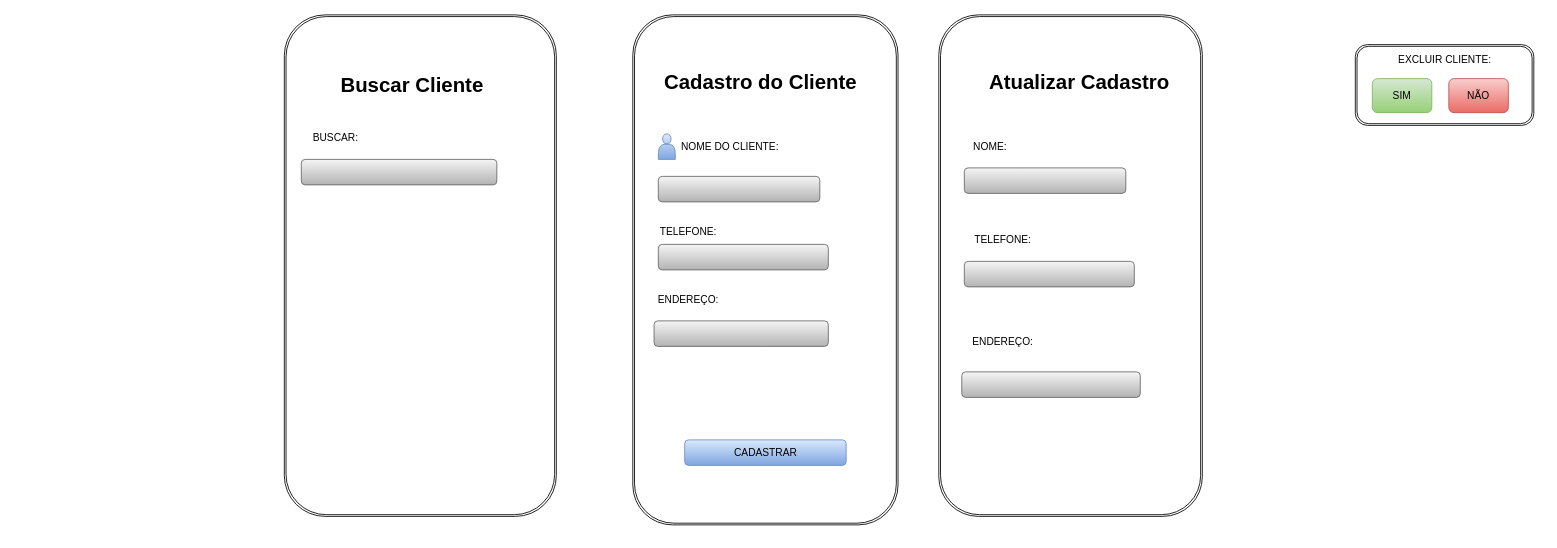
Before: page "Página-1" (1 of 3) of doc/telas.drawio in pati573022/avatarapp, a draw.io diagram. Source tidied: cells renumbered, new cells numbered last; positions are measured from the earlier drawing's top-left corner, leaving out a move shared by most shapes. Both pictures are drawn from the tidied source at 85%, with x=0, y=0 at pixel (20, 14).
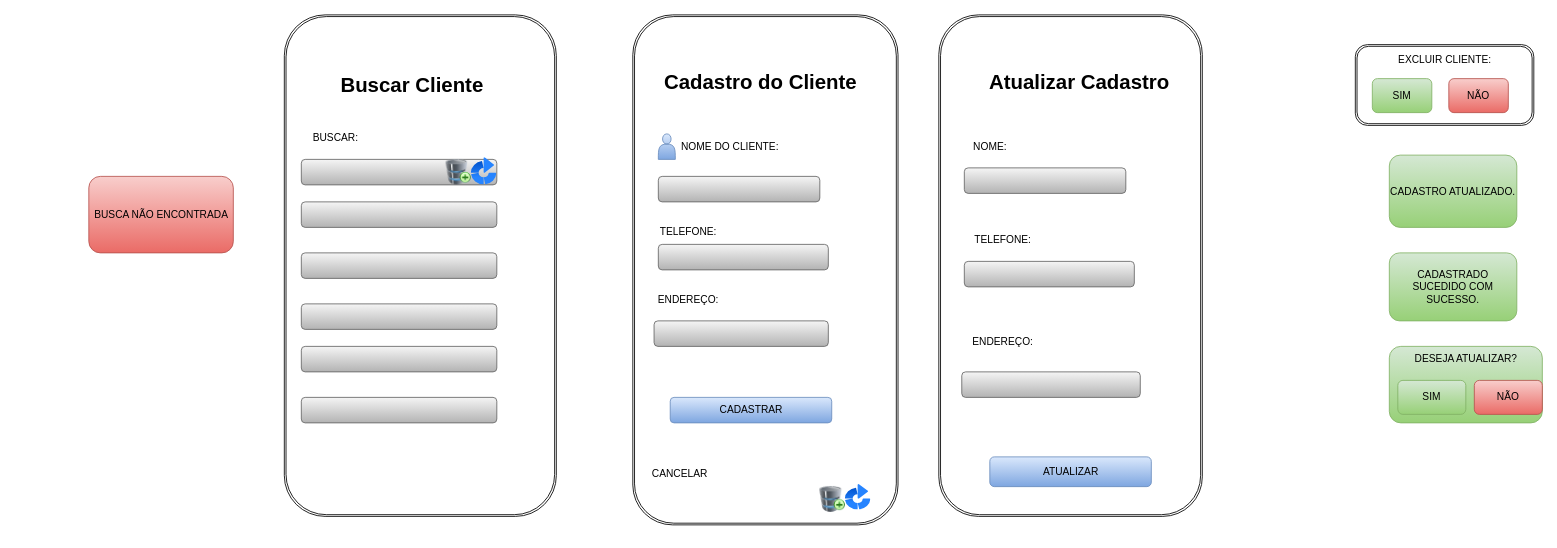
After the change.

Diff of the diagram source:
```diff
@@
     <mxCell id="13" style="rounded=1;whiteSpace=wrap;html=1;fillColor=#dae8fc;strokeColor=#6c8ebf;gradientColor=#7ea6e0;" parent="1" vertex="1">
-      <mxGeometry x="781" y="500" width="190" height="30" as="geometry" />
+      <mxGeometry x="764" y="450" width="190" height="30" as="geometry" />
     </mxCell>
     <mxCell id="14" value="CADASTRAR" style="text;html=1;align=center;verticalAlign=middle;strokeColor=none;fillColor=none;" parent="1" vertex="1">
-      <mxGeometry x="826" y="500" width="100" height="30" as="geometry" />
+      <mxGeometry x="809" y="450" width="100" height="30" as="geometry" />
     </mxCell>
@@
+    <mxCell id="32" style="rounded=1;whiteSpace=wrap;html=1;fillColor=#dae8fc;gradientColor=#7ea6e0;strokeColor=#6c8ebf;" parent="1" vertex="1">
+      <mxGeometry x="1140" y="520" width="190" height="35" as="geometry" />
+    </mxCell>
+    <mxCell id="33" value="ATUALIZAR" style="text;html=1;align=center;verticalAlign=middle;" parent="1" vertex="1">
+      <mxGeometry x="1190" y="522.5" width="90" height="30" as="geometry" />
+    </mxCell>
+    <mxCell id="34" style="rounded=1;whiteSpace=wrap;html=1;fillColor=#f5f5f5;gradientColor=#b3b3b3;strokeColor=#666666;" parent="1" vertex="1">
+      <mxGeometry x="330" y="220" width="230" height="30" as="geometry" />
+    </mxCell>
+    <mxCell id="35" style="rounded=1;whiteSpace=wrap;html=1;fillColor=#f5f5f5;gradientColor=#b3b3b3;strokeColor=#666666;" parent="1" vertex="1">
+      <mxGeometry x="330" y="280" width="230" height="30" as="geometry" />
+    </mxCell>
+    <mxCell id="36" style="rounded=1;whiteSpace=wrap;html=1;fillColor=#f5f5f5;gradientColor=#b3b3b3;strokeColor=#666666;" parent="1" vertex="1">
+      <mxGeometry x="330" y="340" width="230" height="30" as="geometry" />
+    </mxCell>
+    <mxCell id="37" style="rounded=1;whiteSpace=wrap;html=1;fillColor=#f5f5f5;gradientColor=#b3b3b3;strokeColor=#666666;" parent="1" vertex="1">
+      <mxGeometry x="330" y="390" width="230" height="30" as="geometry" />
+    </mxCell>
+    <mxCell id="38" style="rounded=1;whiteSpace=wrap;html=1;fillColor=#f5f5f5;gradientColor=#b3b3b3;strokeColor=#666666;" parent="1" vertex="1">
+      <mxGeometry x="330" y="450" width="230" height="30" as="geometry" />
+    </mxCell>
+    <mxCell id="39" style="image;html=1;image=img/lib/atlassian/Bamboo_Logo.svg;" parent="1" vertex="1">
+      <mxGeometry x="530" y="168" width="30" height="32" as="geometry" />
+    </mxCell>
+    <mxCell id="40" style="image;html=1;image=img/lib/clip_art/computers/Database_Add_128x128.png;" parent="1" vertex="1">
+      <mxGeometry x="490" y="170" width="50" height="30" as="geometry" />
+    </mxCell>
+    <mxCell id="41" style="rounded=1;whiteSpace=wrap;html=1;fillColor=#f8cecc;gradientColor=#ea6b66;strokeColor=#b85450;" parent="1" vertex="1">
+      <mxGeometry x="80" y="190" width="170" height="90" as="geometry" />
+    </mxCell>
+    <mxCell id="42" value="BUSCA NÃO ENCONTRADA" style="text;html=1;align=center;verticalAlign=middle;" parent="1" vertex="1">
+      <mxGeometry x="75" y="220" width="180" height="30" as="geometry" />
+    </mxCell>
+    <mxCell id="43" value="CADASTRO ATUALIZADO." style="rounded=1;whiteSpace=wrap;html=1;fillColor=#d5e8d4;gradientColor=#97d077;strokeColor=#82b366;" parent="1" vertex="1">
+      <mxGeometry x="1610" y="165" width="150" height="85" as="geometry" />
+    </mxCell>
+    <mxCell id="44" value="CADASTRADO SUCEDIDO COM SUCESSO." style="rounded=1;whiteSpace=wrap;html=1;fillColor=#d5e8d4;gradientColor=#97d077;strokeColor=#82b366;" parent="1" vertex="1">
+      <mxGeometry x="1610" y="280" width="150" height="80" as="geometry" />
+    </mxCell>
+    <mxCell id="45" style="rounded=1;whiteSpace=wrap;html=1;fillColor=#d5e8d4;gradientColor=#97d077;strokeColor=#82b366;" parent="1" vertex="1">
+      <mxGeometry x="1610" y="390" width="180" height="90" as="geometry" />
+    </mxCell>
+    <mxCell id="46" value="DESEJA ATUALIZAR?" style="text;html=1;align=center;verticalAlign=middle;strokeColor=none;fillColor=none;" parent="1" vertex="1">
+      <mxGeometry x="1630" y="390" width="140" height="30" as="geometry" />
+    </mxCell>
+    <mxCell id="47" value="SIM" style="rounded=1;whiteSpace=wrap;html=1;fillColor=#d5e8d4;gradientColor=#97d077;strokeColor=#82b366;" parent="1" vertex="1">
+      <mxGeometry x="1620" y="430" width="80" height="40" as="geometry" />
+    </mxCell>
+    <mxCell id="48" value="NÃO" style="rounded=1;whiteSpace=wrap;html=1;fillColor=#f8cecc;gradientColor=#ea6b66;strokeColor=#b85450;" parent="1" vertex="1">
+      <mxGeometry x="1710" y="430" width="80" height="40" as="geometry" />
+    </mxCell>
+    <mxCell id="49" style="image;html=1;image=img/lib/clip_art/computers/Database_Add_128x128.png;" parent="1" vertex="1">
+      <mxGeometry x="940" y="530" width="30" height="80" as="geometry" />
+    </mxCell>
+    <mxCell id="50" style="image;html=1;image=img/lib/atlassian/Bamboo_Logo.svg;" parent="1" vertex="1">
+      <mxGeometry x="970" y="552.5" width="30" height="30" as="geometry" />
+    </mxCell>
+    <mxCell id="51" value="CANCELAR" style="text;html=1;align=center;verticalAlign=middle;strokeColor=none;fillColor=none;" parent="1" vertex="1">
+      <mxGeometry x="730" y="525" width="90" height="30" as="geometry" />
+    </mxCell>
```
